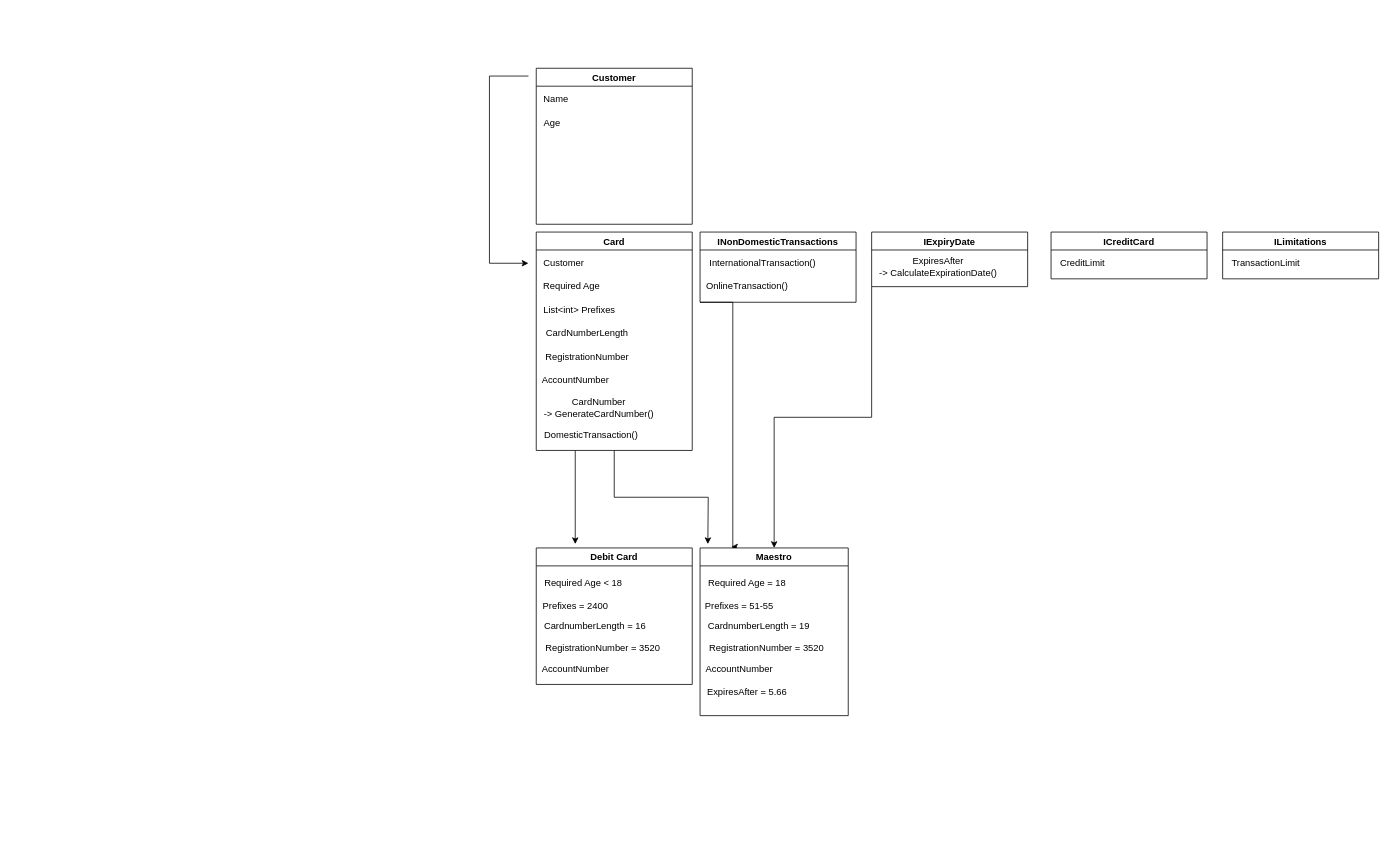
Before: MyBanker.drawio in GoosLife/MyBanker, a draw.io diagram. Source tidied: cells renumbered, new cells numbered last; positions are measured from the earlier drawing's top-left corner, leaving out a move shared by most shapes. Both pictures are drawn from the tidied source at 78%, with x=0, y=0 at pixel (489, 68).
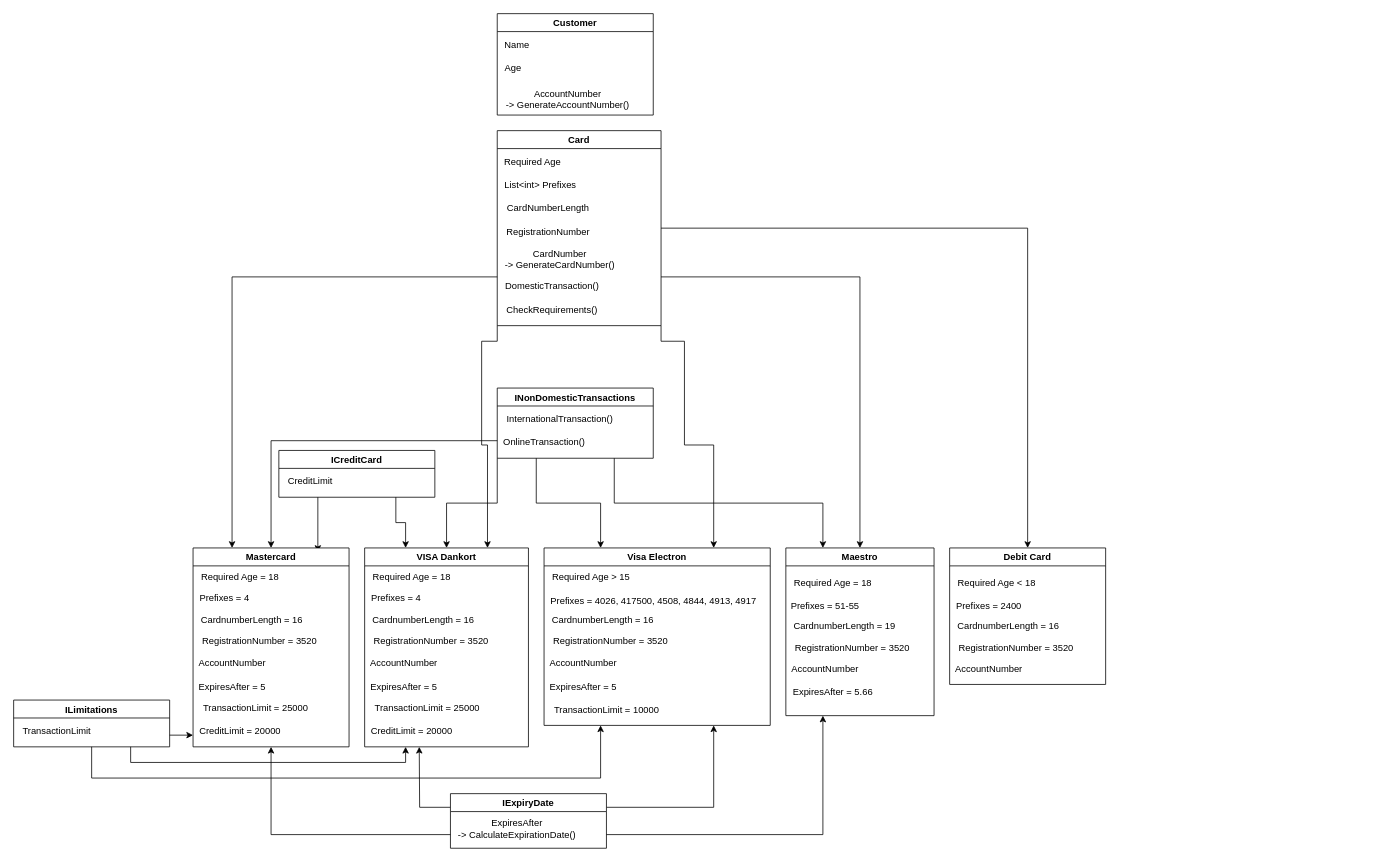
The same page after the edit.

Change to the diagram source:
```diff
@@
-    <mxCell id="2" style="edgeStyle=orthogonalEdgeStyle;rounded=0;jettySize=auto;html=1;exitX=0.5;exitY=1;exitDx=0;exitDy=0;" parent="1" edge="1" source="3">
-      <mxGeometry relative="1" as="geometry">
-        <mxPoint x="280" y="610" as="targetPoint" />
-      </mxGeometry>
-    </mxCell>
+    <mxCell id="41" style="edgeStyle=orthogonalEdgeStyle;rounded=0;jettySize=auto;html=1;exitX=1;exitY=0.5;exitDx=0;exitDy=0;" parent="1" edge="1" source="3" target="27">
+      <mxGeometry relative="1" as="geometry" />
+    </mxCell>
+    <mxCell id="42" style="edgeStyle=orthogonalEdgeStyle;rounded=0;jettySize=auto;html=1;exitX=1;exitY=0.75;exitDx=0;exitDy=0;entryX=0.5;entryY=0;entryDx=0;entryDy=0;" parent="1" edge="1" source="3" target="34">
+      <mxGeometry relative="1" as="geometry" />
+    </mxCell>
+    <mxCell id="43" style="edgeStyle=orthogonalEdgeStyle;rounded=0;jettySize=auto;html=1;exitX=1;exitY=1;exitDx=0;exitDy=0;entryX=0.75;entryY=0;entryDx=0;entryDy=0;" parent="1" edge="1" source="3" target="59">
+      <mxGeometry relative="1" as="geometry">
+        <Array as="points">
+          <mxPoint x="250" y="350" />
+          <mxPoint x="250" y="483" />
+          <mxPoint x="287" y="483" />
+        </Array>
+      </mxGeometry>
+    </mxCell>
+    <mxCell id="44" style="edgeStyle=orthogonalEdgeStyle;rounded=0;jettySize=auto;html=1;exitX=0;exitY=1;exitDx=0;exitDy=0;entryX=0.75;entryY=0;entryDx=0;entryDy=0;" parent="1" edge="1" source="3" target="67">
+      <mxGeometry relative="1" as="geometry">
+        <Array as="points">
+          <mxPoint x="-10" y="350" />
+          <mxPoint x="-10" y="483" />
+          <mxPoint x="-3" y="483" />
+        </Array>
+      </mxGeometry>
+    </mxCell>
+    <mxCell id="45" style="edgeStyle=orthogonalEdgeStyle;rounded=0;jettySize=auto;html=1;exitX=0;exitY=0.75;exitDx=0;exitDy=0;entryX=0.25;entryY=0;entryDx=0;entryDy=0;" parent="1" edge="1" source="3" target="76">
+      <mxGeometry relative="1" as="geometry" />
+    </mxCell>
     <mxCell id="3" value="Card" style="swimlane;" parent="1" vertex="1">
-      <mxGeometry x="60" y="210" width="200" height="280" as="geometry" />
+      <mxGeometry x="10" y="80" width="210" height="250" as="geometry" />
     </mxCell>
     <mxCell id="4" value="Required Age" style="text;html=1;align=center;verticalAlign=middle;strokeColor=none;fillColor=none;" parent="3" vertex="1">
-      <mxGeometry y="60" width="90" height="20" as="geometry" />
+      <mxGeometry y="30" width="90" height="20" as="geometry" />
     </mxCell>
     <mxCell id="5" value="DomesticTransaction()" style="text;html=1;align=center;verticalAlign=middle;strokeColor=none;fillColor=none;" parent="3" vertex="1">
-      <mxGeometry y="250" width="140" height="20" as="geometry" />
+      <mxGeometry y="190" width="140" height="20" as="geometry" />
     </mxCell>
     <mxCell id="6" value="List&amp;lt;int&amp;gt; Prefixes" style="text;html=1;align=center;verticalAlign=middle;strokeColor=none;fillColor=none;" parent="3" vertex="1">
-      <mxGeometry y="90" width="110" height="20" as="geometry" />
+      <mxGeometry y="60" width="110" height="20" as="geometry" />
     </mxCell>
     <mxCell id="7" value="CardNumberLength" style="text;html=1;align=center;verticalAlign=middle;strokeColor=none;fillColor=none;" parent="3" vertex="1">
-      <mxGeometry y="120" width="130" height="20" as="geometry" />
+      <mxGeometry y="90" width="130" height="20" as="geometry" />
     </mxCell>
     <mxCell id="8" value="&lt;div&gt;CardNumber &lt;br&gt;&lt;/div&gt;&lt;div&gt;-&amp;gt; GenerateCardNumber()&lt;/div&gt;" style="text;html=1;align=center;verticalAlign=middle;strokeColor=none;fillColor=none;" parent="3" vertex="1">
-      <mxGeometry y="210" width="160" height="30" as="geometry" />
+      <mxGeometry y="150" width="160" height="30" as="geometry" />
     </mxCell>
-    <mxCell id="9" value="Customer" style="text;html=1;align=center;verticalAlign=middle;strokeColor=none;fillColor=none;" parent="3" vertex="1">
-      <mxGeometry y="30" width="70" height="20" as="geometry" />
-    </mxCell>
     <mxCell id="10" value="&lt;div&gt;RegistrationNumber&lt;/div&gt;" style="text;html=1;align=center;verticalAlign=middle;strokeColor=none;fillColor=none;" parent="3" vertex="1">
-      <mxGeometry y="150" width="130" height="20" as="geometry" />
+      <mxGeometry y="120" width="130" height="20" as="geometry" />
     </mxCell>
-    <mxCell id="11" value="AccountNumber" style="text;html=1;align=center;verticalAlign=middle;strokeColor=none;fillColor=none;" parent="3" vertex="1">
-      <mxGeometry y="180" width="100" height="20" as="geometry" />
-    </mxCell>
+    <mxCell id="46" value="CheckRequirements()" style="text;html=1;align=center;verticalAlign=middle;strokeColor=none;fillColor=none;" parent="3" vertex="1">
+      <mxGeometry y="220" width="140" height="20" as="geometry" />
+    </mxCell>
+    <mxCell id="47" style="edgeStyle=orthogonalEdgeStyle;rounded=0;jettySize=auto;html=1;exitX=0.25;exitY=1;exitDx=0;exitDy=0;entryX=0.8;entryY=0.02;entryDx=0;entryDy=0;entryPerimeter=0;" parent="1" edge="1" source="12" target="76">
+      <mxGeometry relative="1" as="geometry" />
+    </mxCell>
+    <mxCell id="48" style="edgeStyle=orthogonalEdgeStyle;rounded=0;jettySize=auto;html=1;exitX=0.75;exitY=1;exitDx=0;exitDy=0;entryX=0.25;entryY=0;entryDx=0;entryDy=0;" parent="1" edge="1" source="12" target="67">
+      <mxGeometry relative="1" as="geometry" />
+    </mxCell>
     <mxCell id="12" value="ICreditCard" style="swimlane;" parent="1" vertex="1">
-      <mxGeometry x="720" y="210" width="200" height="60" as="geometry" />
+      <mxGeometry x="-270" y="490" width="200" height="60" as="geometry" />
     </mxCell>
@@
+    <mxCell id="49" style="edgeStyle=orthogonalEdgeStyle;rounded=0;jettySize=auto;html=1;exitX=1;exitY=0.75;exitDx=0;exitDy=0;entryX=0;entryY=0.737;entryDx=0;entryDy=0;entryPerimeter=0;" parent="1" edge="1" source="14" target="84">
+      <mxGeometry relative="1" as="geometry" />
+    </mxCell>
+    <mxCell id="50" style="edgeStyle=orthogonalEdgeStyle;rounded=0;jettySize=auto;html=1;exitX=0.75;exitY=1;exitDx=0;exitDy=0;entryX=0.25;entryY=1;entryDx=0;entryDy=0;" parent="1" edge="1" source="14" target="67">
+      <mxGeometry relative="1" as="geometry" />
+    </mxCell>
+    <mxCell id="51" style="edgeStyle=orthogonalEdgeStyle;rounded=0;jettySize=auto;html=1;exitX=0.5;exitY=1;exitDx=0;exitDy=0;entryX=0.25;entryY=1;entryDx=0;entryDy=0;" parent="1" edge="1" source="14" target="59">
+      <mxGeometry relative="1" as="geometry">
+        <Array as="points">
+          <mxPoint x="-510" y="910" />
+          <mxPoint x="143" y="910" />
+        </Array>
+      </mxGeometry>
+    </mxCell>
     <mxCell id="14" value="ILimitations" style="swimlane;" parent="1" vertex="1">
-      <mxGeometry x="940" y="210" width="200" height="60" as="geometry" />
+      <mxGeometry x="-610" y="810" width="200" height="60" as="geometry" />
     </mxCell>
@@
+    <mxCell id="52" style="edgeStyle=orthogonalEdgeStyle;rounded=0;jettySize=auto;html=1;exitX=0;exitY=0.75;exitDx=0;exitDy=0;entryX=0.5;entryY=0;entryDx=0;entryDy=0;" parent="1" edge="1" source="17" target="76">
+      <mxGeometry relative="1" as="geometry" />
+    </mxCell>
+    <mxCell id="53" style="edgeStyle=orthogonalEdgeStyle;rounded=0;jettySize=auto;html=1;exitX=0;exitY=1;exitDx=0;exitDy=0;entryX=0.5;entryY=0;entryDx=0;entryDy=0;" parent="1" edge="1" source="17" target="67">
+      <mxGeometry relative="1" as="geometry" />
+    </mxCell>
+    <mxCell id="54" style="edgeStyle=orthogonalEdgeStyle;rounded=0;jettySize=auto;html=1;exitX=0.25;exitY=1;exitDx=0;exitDy=0;entryX=0.25;entryY=0;entryDx=0;entryDy=0;" parent="1" edge="1" source="17" target="59">
+      <mxGeometry relative="1" as="geometry" />
+    </mxCell>
-    <mxCell id="16" style="edgeStyle=orthogonalEdgeStyle;rounded=0;jettySize=auto;html=1;exitX=0;exitY=1;exitDx=0;exitDy=0;entryX=0.21;entryY=-0.006;entryDx=0;entryDy=0;entryPerimeter=0;" parent="1" edge="1" source="17" target="34">
-      <mxGeometry relative="1" as="geometry">
-        <Array as="points">
-          <mxPoint x="312" y="300" />
-        </Array>
-      </mxGeometry>
+    <mxCell id="16" style="edgeStyle=orthogonalEdgeStyle;rounded=0;jettySize=auto;html=1;exitX=0.75;exitY=1;exitDx=0;exitDy=0;entryX=0.25;entryY=0;entryDx=0;entryDy=0;" parent="1" edge="1" source="17" target="34">
+      <mxGeometry relative="1" as="geometry" />
     </mxCell>
     <mxCell id="17" value="INonDomesticTransactions" style="swimlane;" parent="1" vertex="1">
-      <mxGeometry x="270" y="210" width="200" height="90" as="geometry" />
+      <mxGeometry x="10" y="410" width="200" height="90" as="geometry" />
     </mxCell>
@@
-    <mxCell id="20" style="edgeStyle=orthogonalEdgeStyle;rounded=0;jettySize=auto;html=1;exitX=0;exitY=1;exitDx=0;exitDy=0;" parent="1" edge="1" source="21" target="34">
+    <mxCell id="20" style="edgeStyle=orthogonalEdgeStyle;rounded=0;jettySize=auto;html=1;exitX=1;exitY=0.75;exitDx=0;exitDy=0;entryX=0.25;entryY=1;entryDx=0;entryDy=0;" parent="1" edge="1" source="21" target="34">
       <mxGeometry relative="1" as="geometry" />
     </mxCell>
+    <mxCell id="55" style="edgeStyle=orthogonalEdgeStyle;rounded=0;jettySize=auto;html=1;exitX=1;exitY=0.25;exitDx=0;exitDy=0;entryX=0.75;entryY=1;entryDx=0;entryDy=0;" parent="1" edge="1" source="21" target="59">
+      <mxGeometry relative="1" as="geometry" />
+    </mxCell>
+    <mxCell id="56" style="edgeStyle=orthogonalEdgeStyle;rounded=0;jettySize=auto;html=1;exitX=0;exitY=0.25;exitDx=0;exitDy=0;" parent="1" edge="1" source="21">
+      <mxGeometry relative="1" as="geometry">
+        <mxPoint x="-90" y="870" as="targetPoint" />
+      </mxGeometry>
+    </mxCell>
+    <mxCell id="57" style="edgeStyle=orthogonalEdgeStyle;rounded=0;jettySize=auto;html=1;exitX=0;exitY=0.75;exitDx=0;exitDy=0;entryX=0.5;entryY=1;entryDx=0;entryDy=0;" parent="1" edge="1" source="21" target="76">
+      <mxGeometry relative="1" as="geometry" />
+    </mxCell>
     <mxCell id="21" value="IExpiryDate" style="swimlane;" parent="1" vertex="1">
-      <mxGeometry x="490" y="210" width="200" height="70" as="geometry" />
+      <mxGeometry x="-50" y="930" width="200" height="70" as="geometry" />
     </mxCell>
@@
     <mxCell id="23" value="Customer" style="swimlane;" parent="1" vertex="1">
-      <mxGeometry x="60" width="200" height="200" as="geometry" />
+      <mxGeometry x="10" y="-70" width="200" height="130" as="geometry" />
     </mxCell>
@@
-    <mxCell id="26" style="endArrow=classic;html=1;rounded=0;" parent="1" edge="1">
-      <mxGeometry relative="1" as="geometry">
-        <mxPoint x="50" y="10" as="sourcePoint" />
-        <mxPoint x="50" y="250" as="targetPoint" />
-        <Array as="points">
-          <mxPoint y="10" />
-          <mxPoint y="250" />
-        </Array>
-      </mxGeometry>
-    </mxCell>
+    <mxCell id="58" value="&lt;div&gt;AccountNumber&lt;/div&gt;&lt;div&gt;-&amp;gt; GenerateAccountNumber()&lt;br&gt;&lt;/div&gt;" style="text;html=1;align=center;verticalAlign=middle;strokeColor=none;fillColor=none;" parent="23" vertex="1">
+      <mxGeometry y="95" width="180" height="30" as="geometry" />
+    </mxCell>
     <mxCell id="27" value="Debit Card" style="swimlane;" parent="1" vertex="1">
-      <mxGeometry x="60" y="615" width="200" height="175" as="geometry" />
+      <mxGeometry x="590" y="615" width="200" height="175" as="geometry" />
     </mxCell>
@@
-    <mxCell id="33" style="endArrow=classic;html=1;rounded=0;exitX=0.25;exitY=1;exitDx=0;exitDy=0;" parent="1" edge="1" source="3">
-      <mxGeometry relative="1" as="geometry">
-        <mxPoint x="110" y="610" as="targetPoint" />
-      </mxGeometry>
-    </mxCell>
     <mxCell id="34" value="Maestro" style="swimlane;" parent="1" vertex="1">
-      <mxGeometry x="270" y="615" width="190" height="215" as="geometry" />
+      <mxGeometry x="380" y="615" width="190" height="215" as="geometry" />
     </mxCell>
@@
+    <mxCell id="59" value="Visa Electron" style="swimlane;" parent="1" vertex="1">
+      <mxGeometry x="70" y="615" width="290" height="227.5" as="geometry" />
+    </mxCell>
+    <mxCell id="60" value="Required Age &amp;gt; 15" style="text;html=1;align=center;verticalAlign=middle;strokeColor=none;fillColor=none;" parent="59" vertex="1">
+      <mxGeometry y="27.5" width="120" height="20" as="geometry" />
+    </mxCell>
+    <mxCell id="61" value="Prefixes = 4026, 417500, 4508, 4844, 4913, 4917" style="text;html=1;align=center;verticalAlign=middle;strokeColor=none;fillColor=none;" parent="59" vertex="1">
+      <mxGeometry y="57.5" width="280" height="20" as="geometry" />
+    </mxCell>
+    <mxCell id="62" value="&lt;div&gt;CardnumberLength = 16&lt;/div&gt;" style="text;html=1;align=center;verticalAlign=middle;strokeColor=none;fillColor=none;" parent="59" vertex="1">
+      <mxGeometry y="82.5" width="150" height="20" as="geometry" />
+    </mxCell>
+    <mxCell id="63" value="RegistrationNumber = 3520" style="text;html=1;align=center;verticalAlign=middle;strokeColor=none;fillColor=none;" parent="59" vertex="1">
+      <mxGeometry y="110" width="170" height="20" as="geometry" />
+    </mxCell>
+    <mxCell id="64" value="AccountNumber" style="text;html=1;align=center;verticalAlign=middle;strokeColor=none;fillColor=none;" parent="59" vertex="1">
+      <mxGeometry y="137.5" width="100" height="20" as="geometry" />
+    </mxCell>
+    <mxCell id="65" value="ExpiresAfter = 5" style="text;html=1;align=center;verticalAlign=middle;strokeColor=none;fillColor=none;" parent="59" vertex="1">
+      <mxGeometry y="167.5" width="100" height="20" as="geometry" />
+    </mxCell>
+    <mxCell id="66" value="TransactionLimit = 10000" style="text;html=1;align=center;verticalAlign=middle;strokeColor=none;fillColor=none;" parent="59" vertex="1">
+      <mxGeometry y="197.5" width="160" height="20" as="geometry" />
+    </mxCell>
+    <mxCell id="67" value="VISA Dankort" style="swimlane;" parent="1" vertex="1">
+      <mxGeometry x="-160" y="615" width="210" height="255" as="geometry" />
+    </mxCell>
+    <mxCell id="68" value="&lt;div&gt;Required Age = 18&lt;/div&gt;" style="text;html=1;align=center;verticalAlign=middle;strokeColor=none;fillColor=none;" parent="67" vertex="1">
+      <mxGeometry y="27.5" width="120" height="20" as="geometry" />
+    </mxCell>
+    <mxCell id="69" value="Prefixes = 4" style="text;html=1;align=center;verticalAlign=middle;strokeColor=none;fillColor=none;" parent="67" vertex="1">
+      <mxGeometry y="55" width="80" height="20" as="geometry" />
+    </mxCell>
+    <mxCell id="70" value="&lt;div&gt;CardnumberLength = 16&lt;/div&gt;" style="text;html=1;align=center;verticalAlign=middle;strokeColor=none;fillColor=none;" parent="67" vertex="1">
+      <mxGeometry y="82.5" width="150" height="20" as="geometry" />
+    </mxCell>
+    <mxCell id="71" value="RegistrationNumber = 3520" style="text;html=1;align=center;verticalAlign=middle;strokeColor=none;fillColor=none;" parent="67" vertex="1">
+      <mxGeometry y="110" width="170" height="20" as="geometry" />
+    </mxCell>
+    <mxCell id="72" value="AccountNumber" style="text;html=1;align=center;verticalAlign=middle;strokeColor=none;fillColor=none;" parent="67" vertex="1">
+      <mxGeometry y="137.5" width="100" height="20" as="geometry" />
+    </mxCell>
+    <mxCell id="73" value="ExpiresAfter = 5" style="text;html=1;align=center;verticalAlign=middle;strokeColor=none;fillColor=none;" parent="67" vertex="1">
+      <mxGeometry y="167.5" width="100" height="20" as="geometry" />
+    </mxCell>
+    <mxCell id="74" value="TransactionLimit = 25000" style="text;html=1;align=center;verticalAlign=middle;strokeColor=none;fillColor=none;" parent="67" vertex="1">
+      <mxGeometry y="195" width="160" height="20" as="geometry" />
+    </mxCell>
+    <mxCell id="75" value="CreditLimit = 20000" style="text;html=1;align=center;verticalAlign=middle;strokeColor=none;fillColor=none;" parent="67" vertex="1">
+      <mxGeometry y="225" width="120" height="20" as="geometry" />
+    </mxCell>
+    <mxCell id="76" value="Mastercard" style="swimlane;" parent="1" vertex="1">
+      <mxGeometry x="-380" y="615" width="200" height="255" as="geometry" />
+    </mxCell>
+    <mxCell id="77" value="&lt;div&gt;Required Age = 18&lt;/div&gt;" style="text;html=1;align=center;verticalAlign=middle;strokeColor=none;fillColor=none;" parent="76" vertex="1">
+      <mxGeometry y="27.5" width="120" height="20" as="geometry" />
+    </mxCell>
+    <mxCell id="78" value="Prefixes = 4" style="text;html=1;align=center;verticalAlign=middle;strokeColor=none;fillColor=none;" parent="76" vertex="1">
+      <mxGeometry y="55" width="80" height="20" as="geometry" />
+    </mxCell>
+    <mxCell id="79" value="&lt;div&gt;CardnumberLength = 16&lt;/div&gt;" style="text;html=1;align=center;verticalAlign=middle;strokeColor=none;fillColor=none;" parent="76" vertex="1">
+      <mxGeometry y="82.5" width="150" height="20" as="geometry" />
+    </mxCell>
+    <mxCell id="80" value="RegistrationNumber = 3520" style="text;html=1;align=center;verticalAlign=middle;strokeColor=none;fillColor=none;" parent="76" vertex="1">
+      <mxGeometry y="110" width="170" height="20" as="geometry" />
+    </mxCell>
+    <mxCell id="81" value="AccountNumber" style="text;html=1;align=center;verticalAlign=middle;strokeColor=none;fillColor=none;" parent="76" vertex="1">
+      <mxGeometry y="137.5" width="100" height="20" as="geometry" />
+    </mxCell>
+    <mxCell id="82" value="ExpiresAfter = 5" style="text;html=1;align=center;verticalAlign=middle;strokeColor=none;fillColor=none;" parent="76" vertex="1">
+      <mxGeometry y="167.5" width="100" height="20" as="geometry" />
+    </mxCell>
+    <mxCell id="83" value="TransactionLimit = 25000" style="text;html=1;align=center;verticalAlign=middle;strokeColor=none;fillColor=none;" parent="76" vertex="1">
+      <mxGeometry y="195" width="160" height="20" as="geometry" />
+    </mxCell>
+    <mxCell id="84" value="CreditLimit = 20000" style="text;html=1;align=center;verticalAlign=middle;points=[];strokeColor=none;fillColor=none;" parent="76" vertex="1">
+      <mxGeometry y="225" width="120" height="20" as="geometry" />
+    </mxCell>
```
